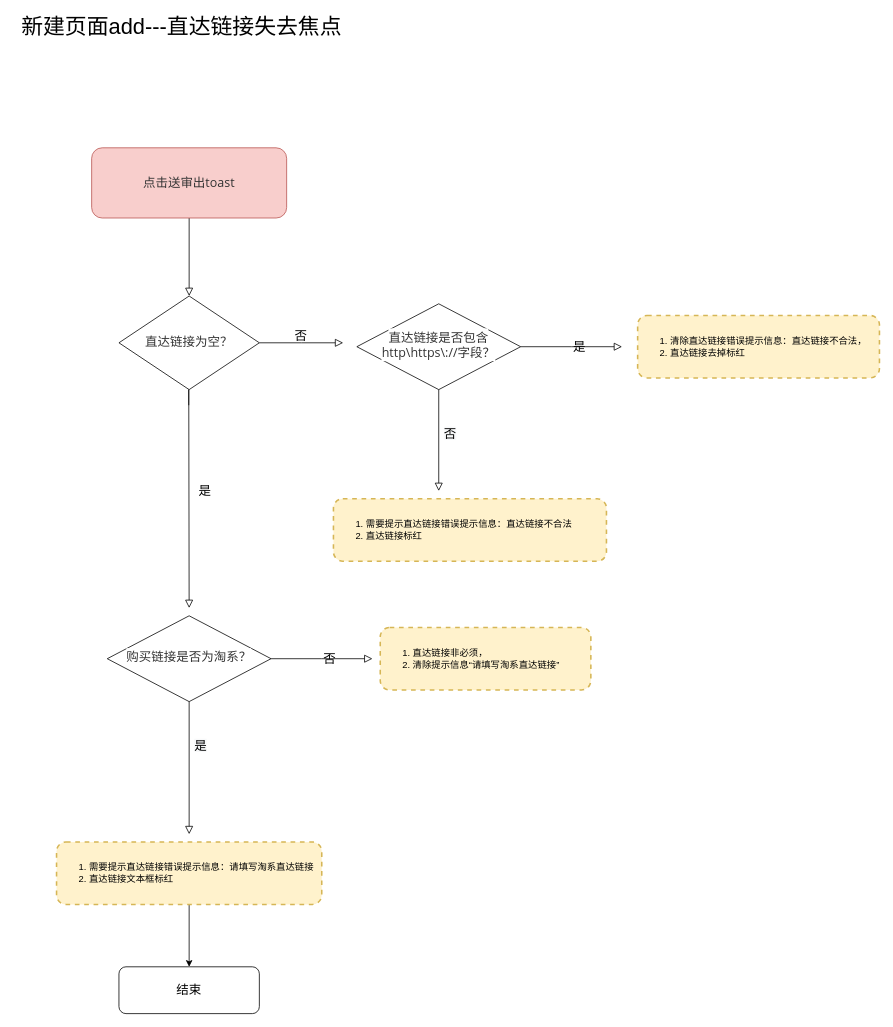
This is Untitled Diagram.drawio from AnneLau/-algorithm_bubble, a draw.io file, before an edit. Source tidied: cells renumbered, new cells numbered last; positions are measured from the earlier drawing's top-left corner, leaving out a move shared by most shapes. Both pictures are drawn from the tidied source at 78%, with x=0, y=0 at pixel (13, 15).
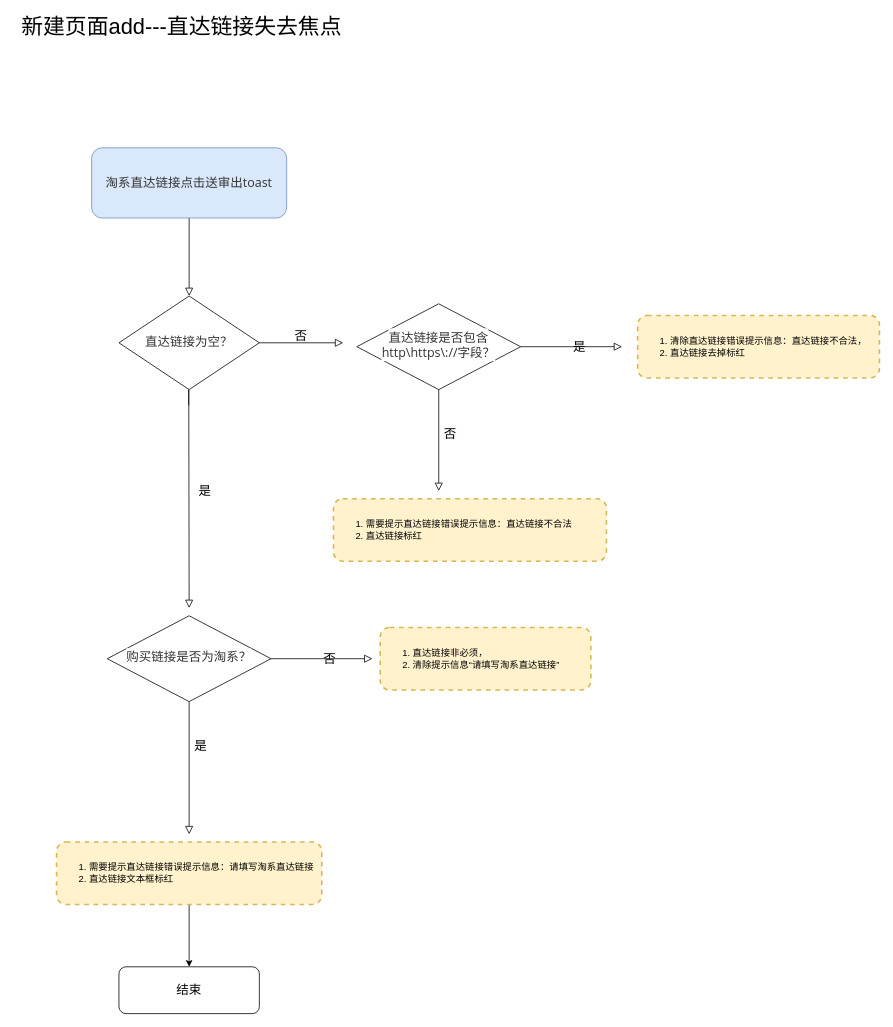
The same page after the edit.

Change to the diagram source:
```diff
@@
-    <mxCell id="3" value="&lt;font color=&quot;#333333&quot; face=&quot;open sans, clear sans, helvetica neue, helvetica, arial, sans-serif&quot;&gt;&lt;span style=&quot;font-size: 16px&quot;&gt;点击送审出toast&lt;/span&gt;&lt;/font&gt;" style="rounded=1;whiteSpace=wrap;html=1;fontSize=12;glass=0;strokeWidth=1;shadow=0;fillColor=#f8cecc;strokeColor=#b85450;" parent="1" vertex="1">
+    <mxCell id="3" value="&lt;font color=&quot;#333333&quot; face=&quot;open sans, clear sans, helvetica neue, helvetica, arial, sans-serif&quot;&gt;&lt;span style=&quot;font-size: 16px&quot;&gt;淘系直达链接点击送审出toast&lt;/span&gt;&lt;/font&gt;" style="rounded=1;whiteSpace=wrap;html=1;fontSize=12;glass=0;strokeWidth=1;shadow=0;fillColor=#dae8fc;strokeColor=#6c8ebf;" parent="1" vertex="1">
       <mxGeometry x="100" y="170" width="250" height="90" as="geometry" />
     </mxCell>
```
